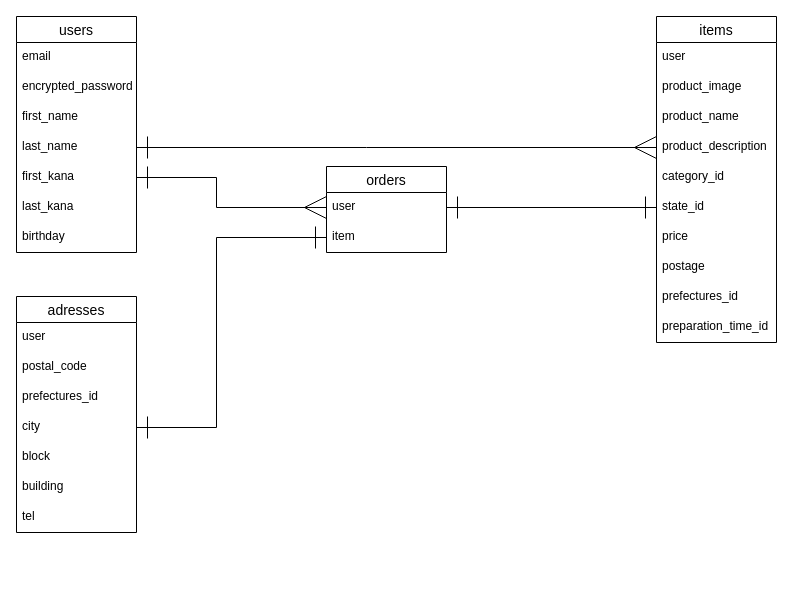
The draw.io diagram DB.dio in OishiShota/furima-33917, before the edit. Source tidied: cells renumbered, new cells numbered last; positions are measured from the earlier drawing's top-left corner, leaving out a move shared by most shapes. Both pictures are drawn from the tidied source at 100%, with x=0, y=0 at pixel (16, 16).
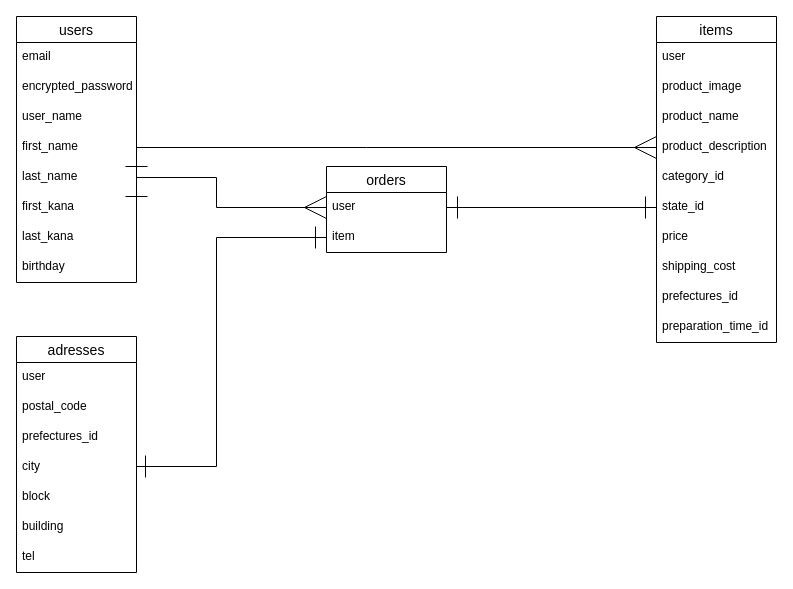
After the change.

Commit message (it also covers changes not shown here):
SB設計の再修正

Unchanged cells that the change refers to:
```xml
<mxCell id="11" value="items" style="swimlane;fontStyle=0;horizontal=1;startSize=26;align=center;fontSize=14;" parent="1" vertex="1">
  <mxGeometry x="640" width="120" height="326" as="geometry" />
</mxCell>
<mxCell id="24" value="item" style="text;strokeColor=none;fillColor=none;spacingLeft=4;spacingRight=4;overflow=hidden;points=[[0,0.5],[1,0.5]];portConstraint=eastwest;fontSize=12;" parent="22" vertex="1">
  <mxGeometry y="56" width="120" height="30" as="geometry" />
</mxCell>
<mxCell id="29" value="city" style="text;strokeColor=none;fillColor=none;spacingLeft=4;spacingRight=4;overflow=hidden;points=[[0,0.5],[1,0.5]];portConstraint=eastwest;fontSize=12;" parent="25" vertex="1">
  <mxGeometry y="116" width="120" height="30" as="geometry" />
</mxCell>
```

Change to the diagram source:
```diff
@@
     <mxCell id="2" value="users" style="swimlane;fontStyle=0;horizontal=1;startSize=26;align=center;fontSize=14;" parent="1" vertex="1">
-      <mxGeometry width="120" height="236" as="geometry" />
+      <mxGeometry width="120" height="266" as="geometry" />
     </mxCell>
@@
+    <mxCell id="37" value="user_name" style="text;strokeColor=none;fillColor=none;spacingLeft=4;spacingRight=4;overflow=hidden;fontSize=12;" parent="2" vertex="1">
+      <mxGeometry y="86" width="120" height="30" as="geometry" />
+    </mxCell>
     <mxCell id="5" value="first_name" style="text;strokeColor=none;fillColor=none;spacingLeft=4;spacingRight=4;overflow=hidden;fontSize=12;" parent="2" vertex="1">
-      <mxGeometry y="86" width="120" height="30" as="geometry" />
+      <mxGeometry y="116" width="120" height="30" as="geometry" />
     </mxCell>
     <mxCell id="6" value="last_name" style="text;strokeColor=none;fillColor=none;spacingLeft=4;spacingRight=4;overflow=hidden;points=[[0,0.5],[1,0.5]];portConstraint=eastwest;fontSize=12;" parent="2" vertex="1">
-      <mxGeometry y="116" width="120" height="30" as="geometry" />
+      <mxGeometry y="146" width="120" height="30" as="geometry" />
     </mxCell>
     <mxCell id="7" value="first_kana" style="text;strokeColor=none;fillColor=none;spacingLeft=4;spacingRight=4;overflow=hidden;points=[[0,0.5],[1,0.5]];portConstraint=eastwest;fontSize=12;" parent="2" vertex="1">
-      <mxGeometry y="146" width="120" height="30" as="geometry" />
+      <mxGeometry y="176" width="120" height="30" as="geometry" />
     </mxCell>
     <mxCell id="8" value="last_kana" style="text;strokeColor=none;fillColor=none;spacingLeft=4;spacingRight=4;overflow=hidden;fontSize=12;" parent="2" vertex="1">
-      <mxGeometry y="176" width="120" height="30" as="geometry" />
+      <mxGeometry y="206" width="120" height="30" as="geometry" />
     </mxCell>
@@
     <mxCell id="10" value="birthday" style="text;strokeColor=none;fillColor=none;spacingLeft=4;spacingRight=4;overflow=hidden;fontSize=12;" parent="2" vertex="1">
-      <mxGeometry y="206" width="120" height="30" as="geometry" />
+      <mxGeometry y="236" width="120" height="30" as="geometry" />
     </mxCell>
@@
-    <mxCell id="19" value="postage&#10;" style="text;strokeColor=none;fillColor=none;spacingLeft=4;spacingRight=4;overflow=hidden;fontSize=12;" parent="11" vertex="1">
+    <mxCell id="19" value="shipping_cost" style="text;strokeColor=none;fillColor=none;spacingLeft=4;spacingRight=4;overflow=hidden;fontSize=12;" parent="11" vertex="1">
       <mxGeometry y="236" width="120" height="30" as="geometry" />
     </mxCell>
@@
     <mxCell id="25" value="adresses" style="swimlane;fontStyle=0;horizontal=1;startSize=26;align=center;fontSize=14;" parent="1" vertex="1">
-      <mxGeometry y="280" width="120" height="236" as="geometry" />
+      <mxGeometry y="320" width="120" height="236" as="geometry" />
     </mxCell>
@@
-    <mxCell id="36" style="edgeStyle=orthogonalEdgeStyle;rounded=0;jettySize=auto;html=1;endArrow=ERone;endFill=0;startArrow=ERone;startFill=0;endSize=20;startSize=20;exitX=1;exitY=0.5;exitDx=0;exitDy=0;entryX=0;entryY=0.5;entryDx=0;entryDy=0;" parent="1" edge="1" source="29" target="24">
+    <mxCell id="36" style="edgeStyle=orthogonalEdgeStyle;rounded=0;jettySize=auto;html=1;endArrow=ERone;endFill=0;startArrow=ERone;startFill=0;endSize=20;startSize=20;entryX=0;entryY=0.5;entryDx=0;entryDy=0;" parent="1" edge="1" target="24">
       <mxGeometry relative="1" as="geometry">
+        <mxPoint x="140" y="450" as="sourcePoint" />
         <Array as="points">
-          <mxPoint x="200" y="411" />
+          <mxPoint x="120" y="450" />
+          <mxPoint x="200" y="450" />
           <mxPoint x="200" y="221" />
         </Array>
       </mxGeometry>
     </mxCell>
```
